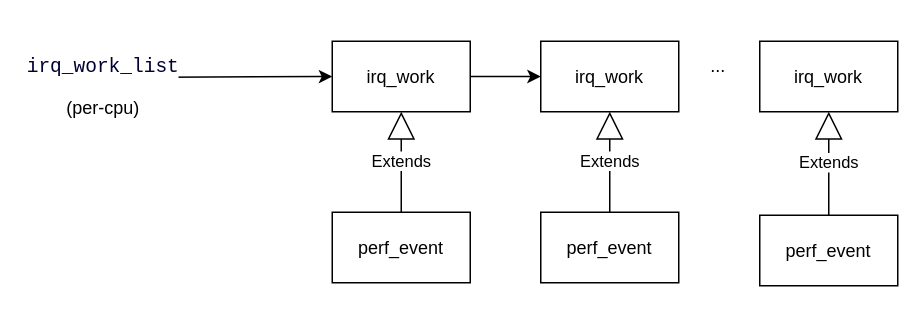
Above: linux.drawio in jasonactions/graph (draw.io), before the change. Source tidied: cells renumbered, new cells numbered last; positions are measured from the earlier drawing's top-left corner, leaving out a move shared by most shapes. Both pictures are drawn from the tidied source at 150%, with x=0, y=0 at pixel (26, 24).
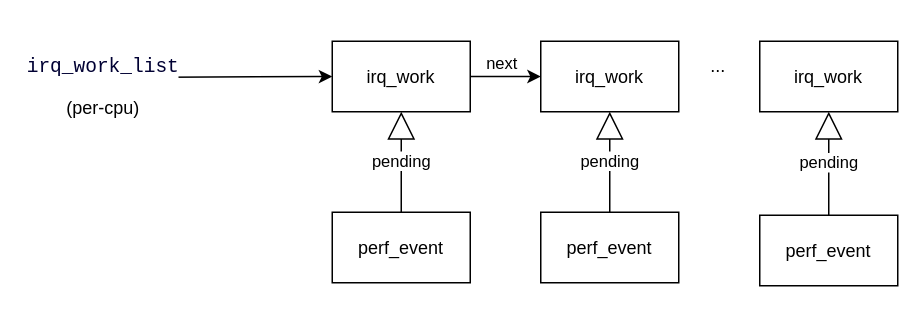
The same page after the edit.

Diff of the diagram source:
```diff
@@
 <mxGraphModel>
   <root>
     <mxCell id="0" />
     <mxCell id="1" parent="0" />
     <mxCell id="2" style="edgeStyle=orthogonalEdgeStyle;rounded=0;jettySize=auto;html=1;entryX=0;entryY=0.5;entryDx=0;entryDy=0;" parent="1" edge="1" source="3" target="6">
       <mxGeometry relative="1" as="geometry" />
     </mxCell>
+    <mxCell id="15" value="next" style="edgeLabel;html=1;align=center;verticalAlign=middle;" parent="2" vertex="1">
+      <mxGeometry x="-0.23" y="-1" relative="1" as="geometry">
+        <mxPoint x="2" y="-10" as="offset" />
+      </mxGeometry>
+    </mxCell>
     <mxCell id="3" value="irq_work" style="rounded=0;whiteSpace=wrap;html=1;" parent="1" vertex="1">
       <mxGeometry x="204" y="11" width="92" height="47" as="geometry" />
     </mxCell>
     <mxCell id="4" style="endArrow=classic;html=1;rounded=0;entryX=0;entryY=0.5;entryDx=0;entryDy=0;" parent="1" edge="1" target="3">
       <mxGeometry relative="1" as="geometry">
         <mxPoint x="92" y="35" as="sourcePoint" />
       </mxGeometry>
     </mxCell>
     <mxCell id="5" value="&lt;pre style=&quot;font-size: 13px; font-family: monospace; background: rgb(255, 255, 255); color: rgb(0, 0, 51); white-space: pre-wrap; font-style: normal; font-variant-ligatures: normal; font-variant-caps: normal; font-weight: 400; letter-spacing: normal; orphans: 2; text-align: start; text-indent: 0px; text-transform: none; widows: 2; word-spacing: 0px; -webkit-text-stroke-width: 0px; text-decoration-thickness: initial; text-decoration-style: initial; text-decoration-color: initial;&quot; id=&quot;b&quot;&gt;irq_work_list&lt;/pre&gt;&lt;div&gt;(per-cpu)&lt;/div&gt;" style="text;html=1;align=center;verticalAlign=middle;strokeColor=none;fillColor=none;" parent="1" vertex="1">
       <mxGeometry y="0.5" width="101" height="68" as="geometry" />
     </mxCell>
     <mxCell id="6" value="irq_work" style="rounded=0;whiteSpace=wrap;html=1;" parent="1" vertex="1">
       <mxGeometry x="343" y="11" width="92" height="47" as="geometry" />
     </mxCell>
     <mxCell id="7" value="irq_work" style="rounded=0;whiteSpace=wrap;html=1;" parent="1" vertex="1">
       <mxGeometry x="489" y="11" width="92" height="47" as="geometry" />
     </mxCell>
     <mxCell id="8" value="..." style="text;html=1;align=center;verticalAlign=middle;strokeColor=none;fillColor=none;" parent="1" vertex="1">
       <mxGeometry x="446.5" y="15" width="28" height="26" as="geometry" />
     </mxCell>
     <mxCell id="9" value="&lt;div&gt;&lt;div class=&quot;old-record-id-DbdAdlFTuo4FoVx9vjuccRTBneh&quot;&gt;perf_event&lt;/div&gt;&lt;/div&gt;&lt;span class=&quot;lark-record-clipboard&quot; data-lark-record-data=&quot;{&amp;quot;rootId&amp;quot;:&amp;quot;EvEZdxgZfojrwZxC1i3cj48qnFf&amp;quot;,&amp;quot;text&amp;quot;:{&amp;quot;initialAttributedTexts&amp;quot;:{&amp;quot;text&amp;quot;:{&amp;quot;0&amp;quot;:&amp;quot;perf_event&amp;quot;},&amp;quot;attribs&amp;quot;:{&amp;quot;0&amp;quot;:&amp;quot;*0+a&amp;quot;}},&amp;quot;apool&amp;quot;:{&amp;quot;numToAttrib&amp;quot;:{&amp;quot;0&amp;quot;:[&amp;quot;author&amp;quot;,&amp;quot;7205516225223376900&amp;quot;]},&amp;quot;nextNum&amp;quot;:1}},&amp;quot;type&amp;quot;:&amp;quot;text&amp;quot;,&amp;quot;referenceRecordMap&amp;quot;:{},&amp;quot;extra&amp;quot;:{&amp;quot;channel&amp;quot;:&amp;quot;saas&amp;quot;,&amp;quot;pasteRandomId&amp;quot;:&amp;quot;04f69d90-2b6a-4cc3-8aef-b4d04ab2ffdf&amp;quot;,&amp;quot;mention_page_title&amp;quot;:{},&amp;quot;external_mention_url&amp;quot;:{}},&amp;quot;isKeepQuoteContainer&amp;quot;:false,&amp;quot;isFromCode&amp;quot;:false,&amp;quot;selection&amp;quot;:[{&amp;quot;id&amp;quot;:115,&amp;quot;type&amp;quot;:&amp;quot;text&amp;quot;,&amp;quot;selection&amp;quot;:{&amp;quot;start&amp;quot;:7,&amp;quot;end&amp;quot;:17},&amp;quot;recordId&amp;quot;:&amp;quot;DbdAdlFTuo4FoVx9vjuccRTBneh&amp;quot;}],&amp;quot;payloadMap&amp;quot;:{},&amp;quot;isCut&amp;quot;:false}&quot;&gt;&lt;/span&gt;" style="rounded=0;whiteSpace=wrap;html=1;" parent="1" vertex="1">
       <mxGeometry x="204" y="125" width="92" height="47" as="geometry" />
     </mxCell>
-    <mxCell id="10" value="Extends" style="endArrow=block;endSize=16;endFill=0;html=1;rounded=0;exitX=0.5;exitY=0;exitDx=0;exitDy=0;entryX=0.5;entryY=1;entryDx=0;entryDy=0;" parent="1" edge="1" source="9" target="3">
+    <mxCell id="10" value="pending" style="endArrow=block;endSize=16;endFill=0;html=1;rounded=0;exitX=0.5;exitY=0;exitDx=0;exitDy=0;entryX=0.5;entryY=1;entryDx=0;entryDy=0;" parent="1" edge="1" source="9" target="3">
       <mxGeometry relative="1" as="geometry" />
     </mxCell>
     <mxCell id="11" value="&lt;div&gt;&lt;div class=&quot;old-record-id-DbdAdlFTuo4FoVx9vjuccRTBneh&quot;&gt;perf_event&lt;/div&gt;&lt;/div&gt;&lt;span class=&quot;lark-record-clipboard&quot; data-lark-record-data=&quot;{&amp;quot;rootId&amp;quot;:&amp;quot;EvEZdxgZfojrwZxC1i3cj48qnFf&amp;quot;,&amp;quot;text&amp;quot;:{&amp;quot;initialAttributedTexts&amp;quot;:{&amp;quot;text&amp;quot;:{&amp;quot;0&amp;quot;:&amp;quot;perf_event&amp;quot;},&amp;quot;attribs&amp;quot;:{&amp;quot;0&amp;quot;:&amp;quot;*0+a&amp;quot;}},&amp;quot;apool&amp;quot;:{&amp;quot;numToAttrib&amp;quot;:{&amp;quot;0&amp;quot;:[&amp;quot;author&amp;quot;,&amp;quot;7205516225223376900&amp;quot;]},&amp;quot;nextNum&amp;quot;:1}},&amp;quot;type&amp;quot;:&amp;quot;text&amp;quot;,&amp;quot;referenceRecordMap&amp;quot;:{},&amp;quot;extra&amp;quot;:{&amp;quot;channel&amp;quot;:&amp;quot;saas&amp;quot;,&amp;quot;pasteRandomId&amp;quot;:&amp;quot;04f69d90-2b6a-4cc3-8aef-b4d04ab2ffdf&amp;quot;,&amp;quot;mention_page_title&amp;quot;:{},&amp;quot;external_mention_url&amp;quot;:{}},&amp;quot;isKeepQuoteContainer&amp;quot;:false,&amp;quot;isFromCode&amp;quot;:false,&amp;quot;selection&amp;quot;:[{&amp;quot;id&amp;quot;:115,&amp;quot;type&amp;quot;:&amp;quot;text&amp;quot;,&amp;quot;selection&amp;quot;:{&amp;quot;start&amp;quot;:7,&amp;quot;end&amp;quot;:17},&amp;quot;recordId&amp;quot;:&amp;quot;DbdAdlFTuo4FoVx9vjuccRTBneh&amp;quot;}],&amp;quot;payloadMap&amp;quot;:{},&amp;quot;isCut&amp;quot;:false}&quot;&gt;&lt;/span&gt;" style="rounded=0;whiteSpace=wrap;html=1;" parent="1" vertex="1">
       <mxGeometry x="343" y="125" width="92" height="47" as="geometry" />
     </mxCell>
-    <mxCell id="12" value="Extends" style="endArrow=block;endSize=16;endFill=0;html=1;rounded=0;exitX=0.5;exitY=0;exitDx=0;exitDy=0;entryX=0.5;entryY=1;entryDx=0;entryDy=0;" parent="1" edge="1" source="11" target="6">
+    <mxCell id="12" value="pending" style="endArrow=block;endSize=16;endFill=0;html=1;rounded=0;exitX=0.5;exitY=0;exitDx=0;exitDy=0;entryX=0.5;entryY=1;entryDx=0;entryDy=0;" parent="1" edge="1" source="11" target="6">
       <mxGeometry relative="1" as="geometry" />
     </mxCell>
     <mxCell id="13" value="&lt;div&gt;&lt;div class=&quot;old-record-id-DbdAdlFTuo4FoVx9vjuccRTBneh&quot;&gt;perf_event&lt;/div&gt;&lt;/div&gt;&lt;span class=&quot;lark-record-clipboard&quot; data-lark-record-data=&quot;{&amp;quot;rootId&amp;quot;:&amp;quot;EvEZdxgZfojrwZxC1i3cj48qnFf&amp;quot;,&amp;quot;text&amp;quot;:{&amp;quot;initialAttributedTexts&amp;quot;:{&amp;quot;text&amp;quot;:{&amp;quot;0&amp;quot;:&amp;quot;perf_event&amp;quot;},&amp;quot;attribs&amp;quot;:{&amp;quot;0&amp;quot;:&amp;quot;*0+a&amp;quot;}},&amp;quot;apool&amp;quot;:{&amp;quot;numToAttrib&amp;quot;:{&amp;quot;0&amp;quot;:[&amp;quot;author&amp;quot;,&amp;quot;7205516225223376900&amp;quot;]},&amp;quot;nextNum&amp;quot;:1}},&amp;quot;type&amp;quot;:&amp;quot;text&amp;quot;,&amp;quot;referenceRecordMap&amp;quot;:{},&amp;quot;extra&amp;quot;:{&amp;quot;channel&amp;quot;:&amp;quot;saas&amp;quot;,&amp;quot;pasteRandomId&amp;quot;:&amp;quot;04f69d90-2b6a-4cc3-8aef-b4d04ab2ffdf&amp;quot;,&amp;quot;mention_page_title&amp;quot;:{},&amp;quot;external_mention_url&amp;quot;:{}},&amp;quot;isKeepQuoteContainer&amp;quot;:false,&amp;quot;isFromCode&amp;quot;:false,&amp;quot;selection&amp;quot;:[{&amp;quot;id&amp;quot;:115,&amp;quot;type&amp;quot;:&amp;quot;text&amp;quot;,&amp;quot;selection&amp;quot;:{&amp;quot;start&amp;quot;:7,&amp;quot;end&amp;quot;:17},&amp;quot;recordId&amp;quot;:&amp;quot;DbdAdlFTuo4FoVx9vjuccRTBneh&amp;quot;}],&amp;quot;payloadMap&amp;quot;:{},&amp;quot;isCut&amp;quot;:false}&quot;&gt;&lt;/span&gt;" style="rounded=0;whiteSpace=wrap;html=1;" parent="1" vertex="1">
       <mxGeometry x="489" y="127" width="92" height="47" as="geometry" />
     </mxCell>
-    <mxCell id="14" value="Extends" style="endArrow=block;endSize=16;endFill=0;html=1;rounded=0;exitX=0.5;exitY=0;exitDx=0;exitDy=0;entryX=0.5;entryY=1;entryDx=0;entryDy=0;" parent="1" edge="1" source="13" target="7">
+    <mxCell id="14" value="pending" style="endArrow=block;endSize=16;endFill=0;html=1;rounded=0;exitX=0.5;exitY=0;exitDx=0;exitDy=0;entryX=0.5;entryY=1;entryDx=0;entryDy=0;" parent="1" edge="1" source="13" target="7">
       <mxGeometry relative="1" as="geometry" />
     </mxCell>
   </root>
 </mxGraphModel>
```
